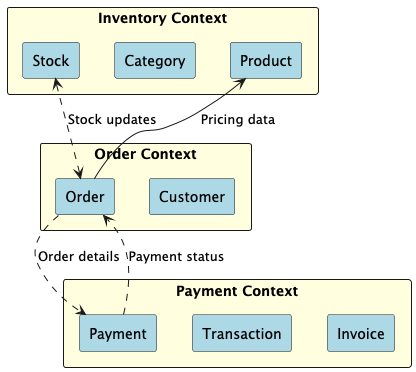
Before: docs/architecture/bounded-context-diagrams/rendered/context_map.png, a diagram exported from PlantUML (mikelgoig/php-microservice-example).
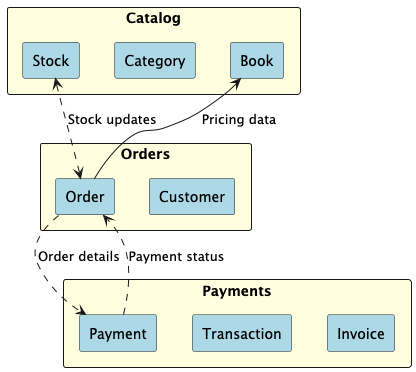
The same diagram one commit later.

Change to the diagram source:
```diff
@@ -1,10 +1,10 @@
 @startuml context_map
-!include inventory_context.puml
-!include order_context.puml
-!include payment_context.puml
+!include catalog_context.puml
+!include orders_context.puml
+!include payments_context.puml
 
-"Stock" <..> "Order" : Stock updates
-"Order" --> "Product" : Pricing data
-"Order" ..> "Payment" : Order details
-"Payment" ..> "Order" : Payment status
+Stock <..> Order : Stock updates
+Order --> Book : Pricing data
+Order ..> Payment : Order details
+Payment ..> Order : Payment status
 @enduml
```
